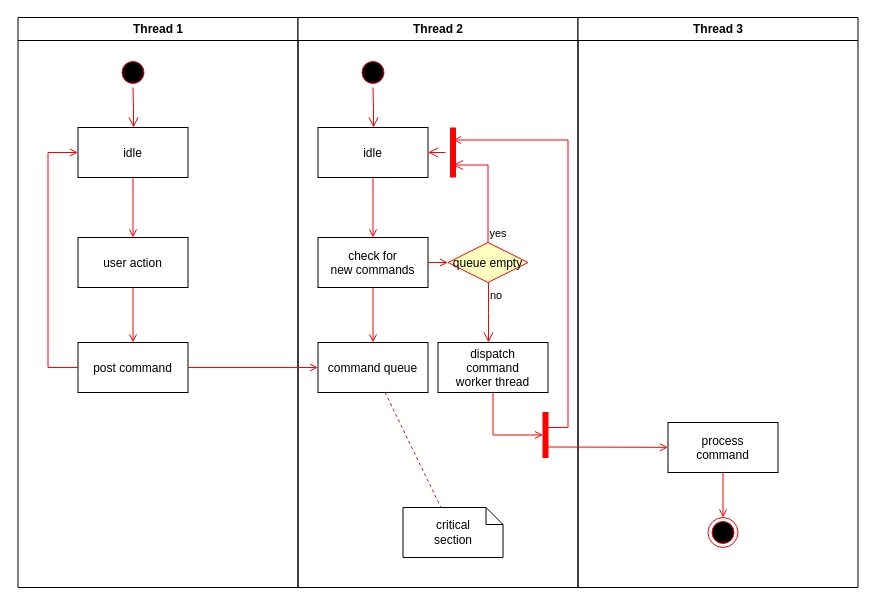
Earlier version of the draw.io diagram L01_Zufallsgedicht/AktivitätsDiagram.drawio (M4dm4cl4ren/EiA2). Source tidied: cells renumbered, new cells numbered last; positions are measured from the earlier drawing's top-left corner, leaving out a move shared by most shapes. Both pictures are drawn from the tidied source at 100%, with x=0, y=0 at pixel (17, 17).
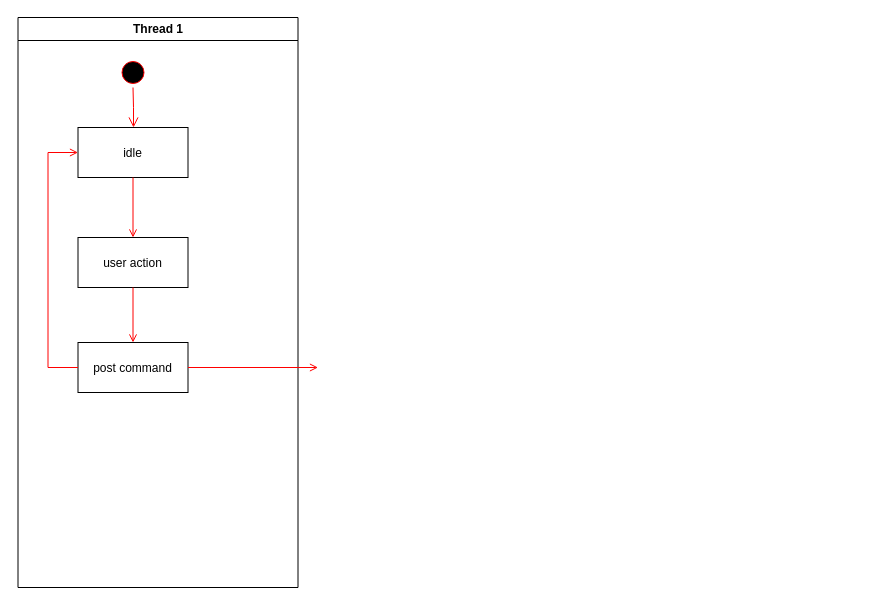
Above is the later version.

Unchanged cells that the change refers to:
```xml
<mxCell id="8" value="post command" parent="2" vertex="1">
  <mxGeometry x="60" y="325" width="110" height="50" as="geometry" />
</mxCell>
```

Change to the diagram source:
```diff
@@
-    <mxCell id="11" value="Thread 2" style="swimlane;whiteSpace=wrap;" parent="1" vertex="1">
-      <mxGeometry x="280.5" width="280" height="570" as="geometry" />
-    </mxCell>
-    <mxCell id="12" style="ellipse;shape=startState;fillColor=#000000;strokeColor=#ff0000;" parent="11" vertex="1">
-      <mxGeometry x="60" y="40" width="30" height="30" as="geometry" />
-    </mxCell>
-    <mxCell id="13" style="edgeStyle=elbowEdgeStyle;elbow=horizontal;verticalAlign=bottom;endArrow=open;endSize=8;strokeColor=#FF0000;endFill=1;rounded=0;" parent="11" edge="1" source="12" target="14">
-      <mxGeometry x="40" y="20" as="geometry" />
-    </mxCell>
-    <mxCell id="14" value="idle" parent="11" vertex="1">
-      <mxGeometry x="20" y="110" width="110" height="50" as="geometry" />
-    </mxCell>
-    <mxCell id="15" value="check for &#10;new commands" parent="11" vertex="1">
-      <mxGeometry x="20" y="220" width="110" height="50" as="geometry" />
-    </mxCell>
-    <mxCell id="16" style="endArrow=open;strokeColor=#FF0000;endFill=1;rounded=0;" parent="11" edge="1" source="14" target="15">
-      <mxGeometry relative="1" as="geometry" />
-    </mxCell>
-    <mxCell id="17" value="command queue" parent="11" vertex="1">
-      <mxGeometry x="20" y="325" width="110" height="50" as="geometry" />
-    </mxCell>
-    <mxCell id="18" style="endArrow=open;strokeColor=#FF0000;endFill=1;rounded=0;" parent="11" edge="1" source="15" target="17">
-      <mxGeometry relative="1" as="geometry" />
-    </mxCell>
-    <mxCell id="19" value="queue empty" style="rhombus;fillColor=#ffffc0;strokeColor=#ff0000;" parent="11" vertex="1">
-      <mxGeometry x="150" y="225" width="80" height="40" as="geometry" />
-    </mxCell>
-    <mxCell id="20" value="yes" style="edgeStyle=elbowEdgeStyle;elbow=horizontal;align=left;verticalAlign=bottom;endArrow=open;endSize=8;strokeColor=#FF0000;exitX=0.5;exitY=0;endFill=1;rounded=0;entryX=0.75;entryY=0.5;entryPerimeter=0;" parent="11" edge="1" source="19" target="23">
-      <mxGeometry x="-1" relative="1" as="geometry">
-        <Array as="points">
-          <mxPoint x="190" y="180" />
-        </Array>
-      </mxGeometry>
-    </mxCell>
-    <mxCell id="21" value="no" style="edgeStyle=elbowEdgeStyle;elbow=horizontal;align=left;verticalAlign=top;endArrow=open;endSize=8;strokeColor=#FF0000;endFill=1;rounded=0;" parent="11" edge="1" source="19" target="25">
-      <mxGeometry x="-1" relative="1" as="geometry" />
-    </mxCell>
-    <mxCell id="22" style="endArrow=open;strokeColor=#FF0000;endFill=1;rounded=0;" parent="11" edge="1" source="15" target="19">
-      <mxGeometry relative="1" as="geometry" />
-    </mxCell>
-    <mxCell id="23" style="shape=line;strokeWidth=6;strokeColor=#ff0000;rotation=90;" parent="11" vertex="1">
-      <mxGeometry x="130" y="127.5" width="50" height="15" as="geometry" />
-    </mxCell>
-    <mxCell id="24" style="edgeStyle=elbowEdgeStyle;elbow=horizontal;verticalAlign=bottom;endArrow=open;endSize=8;strokeColor=#FF0000;endFill=1;rounded=0;" parent="11" edge="1" source="23" target="14">
-      <mxGeometry x="130" y="90" as="geometry" />
-    </mxCell>
-    <mxCell id="25" value="dispatch&#10;command&#10;worker thread" parent="11" vertex="1">
-      <mxGeometry x="140" y="325" width="110" height="50" as="geometry" />
-    </mxCell>
-    <mxCell id="26" value="critical&#10;section" style="shape=note;whiteSpace=wrap;size=17;" parent="11" vertex="1">
-      <mxGeometry x="105" y="490" width="100" height="50" as="geometry" />
-    </mxCell>
-    <mxCell id="27" style="endArrow=none;strokeColor=#FF0000;endFill=0;rounded=0;dashed=1;" parent="11" edge="1" source="17" target="26">
-      <mxGeometry relative="1" as="geometry" />
-    </mxCell>
-    <mxCell id="28" style="whiteSpace=wrap;strokeColor=#FF0000;fillColor=#FF0000;" parent="11" vertex="1">
-      <mxGeometry x="245" y="395" width="5" height="45" as="geometry" />
-    </mxCell>
-    <mxCell id="29" style="edgeStyle=elbowEdgeStyle;elbow=horizontal;entryX=0;entryY=0.5;strokeColor=#FF0000;endArrow=open;endFill=1;rounded=0;" parent="11" edge="1" source="25" target="28">
-      <mxGeometry relative="1" as="geometry">
-        <Array as="points">
-          <mxPoint x="195" y="400" />
-        </Array>
-      </mxGeometry>
-    </mxCell>
-    <mxCell id="30" value="Thread 3" style="swimlane;whiteSpace=wrap;" parent="1" vertex="1">
-      <mxGeometry x="560.5" width="280" height="570" as="geometry" />
-    </mxCell>
-    <mxCell id="31" value="process&#10;command" parent="30" vertex="1">
-      <mxGeometry x="90" y="405" width="110" height="50" as="geometry" />
-    </mxCell>
-    <mxCell id="32" style="edgeStyle=elbowEdgeStyle;elbow=horizontal;strokeColor=#FF0000;endArrow=open;endFill=1;rounded=0;entryX=0.25;entryY=0.5;entryPerimeter=0;" parent="30" edge="1" target="23">
-      <mxGeometry relative="1" as="geometry">
-        <mxPoint x="-30" y="410" as="sourcePoint" />
-        <Array as="points">
-          <mxPoint x="-10" y="135" />
-        </Array>
-      </mxGeometry>
-    </mxCell>
-    <mxCell id="33" style="edgeStyle=none;strokeColor=#FF0000;endArrow=open;endFill=1;rounded=0;" parent="30" edge="1" target="31">
-      <mxGeometry relative="1" as="geometry">
-        <mxPoint x="-30" y="429.5" as="sourcePoint" />
-      </mxGeometry>
-    </mxCell>
-    <mxCell id="34" style="ellipse;shape=endState;fillColor=#000000;strokeColor=#ff0000;" parent="30" vertex="1">
-      <mxGeometry x="130" y="500" width="30" height="30" as="geometry" />
-    </mxCell>
-    <mxCell id="35" style="endArrow=open;strokeColor=#FF0000;endFill=1;rounded=0;" parent="30" edge="1" source="31" target="34">
-      <mxGeometry relative="1" as="geometry" />
-    </mxCell>
-    <mxCell id="36" style="endArrow=open;strokeColor=#FF0000;endFill=1;rounded=0;" parent="1" edge="1" source="8" target="17">
-      <mxGeometry relative="1" as="geometry" />
+    <mxCell id="36" style="endArrow=open;strokeColor=#FF0000;endFill=1;rounded=0;" parent="1" edge="1" source="8">
+      <mxGeometry relative="1" as="geometry">
+        <mxPoint x="300.5" y="350" as="targetPoint" />
+      </mxGeometry>
     </mxCell>
```
